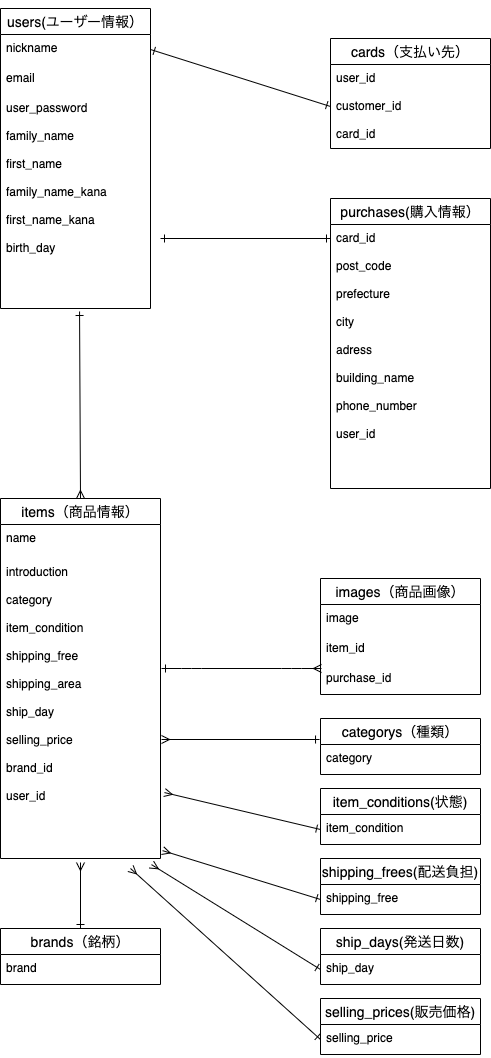
Before: test.drawio.png, a diagram exported from draw.io (noname2601/furima-35213). Source tidied: cells renumbered, new cells last; positions are measured from the earlier drawing's top-left corner, leaving out a move shared by most shapes. Source of this version:
```xml
<mxGraphModel shadow="1">
  <root>
    <mxCell id="0" />
    <mxCell id="1" parent="0" />
    <mxCell id="2" style="edgeStyle=none;rounded=0;jettySize=auto;html=1;exitX=0.5;exitY=0;exitDx=0;exitDy=0;startArrow=ERone;startFill=0;sourcePerimeterSpacing=6;endArrow=ERone;endFill=0;targetPerimeterSpacing=6;" parent="1" edge="1" source="3">
      <mxGeometry relative="1" as="geometry">
        <mxPoint x="80" y="20" as="targetPoint" />
      </mxGeometry>
    </mxCell>
    <mxCell id="3" value="users(ユーザー情報）" style="swimlane;fontStyle=0;horizontal=1;startSize=26;align=center;fontSize=14;" parent="1" vertex="1">
      <mxGeometry width="150" height="300" as="geometry" />
    </mxCell>
    <mxCell id="4" value="nickname" style="text;strokeColor=none;fillColor=none;spacingLeft=4;spacingRight=4;overflow=hidden;points=[[0,0.5],[1,0.5]];portConstraint=eastwest;fontSize=12;" parent="3" vertex="1">
      <mxGeometry y="26" width="150" height="30" as="geometry" />
    </mxCell>
    <mxCell id="5" value="email" style="text;strokeColor=none;fillColor=none;spacingLeft=4;spacingRight=4;overflow=hidden;fontSize=12;" parent="3" vertex="1">
      <mxGeometry y="56" width="150" height="30" as="geometry" />
    </mxCell>
    <mxCell id="6" value="user_password&#10;&#10;family_name&#10;&#10;first_name&#10;&#10;family_name_kana&#10;&#10;first_name_kana&#10;&#10;birth_day&#10;&#10;&#10;&#10;&#10;&#10;&#10;&#10;&#10;&#10;&#10;&#10;&#10;&#10;" style="text;strokeColor=none;fillColor=none;spacingLeft=4;spacingRight=4;overflow=hidden;points=[[0,0.5],[1,0.5]];portConstraint=eastwest;fontSize=12;" parent="3" vertex="1">
      <mxGeometry y="86" width="150" height="214" as="geometry" />
    </mxCell>
    <mxCell id="7" value="cards（支払い先）" style="swimlane;fontStyle=0;horizontal=1;startSize=26;align=center;fontSize=14;" parent="1" vertex="1">
      <mxGeometry x="330" y="30" width="160" height="110" as="geometry" />
    </mxCell>
    <mxCell id="8" value="user_id&#10;&#10;customer_id&#10;&#10;card_id&#10;&#10;" style="text;strokeColor=none;fillColor=none;spacingLeft=4;spacingRight=4;overflow=hidden;points=[[0,0.5],[1,0.5]];portConstraint=eastwest;fontSize=12;" parent="7" vertex="1">
      <mxGeometry y="26" width="160" height="84" as="geometry" />
    </mxCell>
    <mxCell id="9" value="purchases(購入情報）" style="swimlane;fontStyle=0;horizontal=1;startSize=26;align=center;fontSize=14;" parent="1" vertex="1">
      <mxGeometry x="330" y="190" width="160" height="290" as="geometry" />
    </mxCell>
    <mxCell id="10" value="card_id&#10;&#10;post_code&#10;&#10;prefecture&#10;&#10;city&#10;&#10;adress&#10;&#10;building_name&#10;&#10;phone_number&#10;&#10;user_id&#10;&#10;&#10;&#10;" style="text;strokeColor=none;fillColor=none;spacingLeft=4;spacingRight=4;overflow=hidden;fontSize=12;" parent="9" vertex="1">
      <mxGeometry y="26" width="160" height="264" as="geometry" />
    </mxCell>
    <mxCell id="11" style="edgeStyle=none;rounded=0;jettySize=auto;html=1;exitX=0.5;exitY=0;exitDx=0;exitDy=0;startArrow=ERmany;startFill=0;endArrow=ERone;endFill=0;targetPerimeterSpacing=6;sourcePerimeterSpacing=6;entryX=0.527;entryY=1.014;entryDx=0;entryDy=0;entryPerimeter=0;" parent="1" edge="1" source="12" target="6">
      <mxGeometry relative="1" as="geometry" />
    </mxCell>
    <mxCell id="12" value="items（商品情報）" style="swimlane;fontStyle=0;horizontal=1;startSize=26;align=center;fontSize=14;" parent="1" vertex="1">
      <mxGeometry y="490" width="160" height="360" as="geometry" />
    </mxCell>
    <mxCell id="13" value="name" style="text;strokeColor=none;fillColor=none;spacingLeft=4;spacingRight=4;overflow=hidden;fontSize=12;" parent="12" vertex="1">
      <mxGeometry y="26" width="160" height="334" as="geometry" />
    </mxCell>
    <mxCell id="14" style="edgeStyle=none;rounded=0;jettySize=auto;html=1;exitX=0.5;exitY=0;exitDx=0;exitDy=0;entryX=0.5;entryY=1;entryDx=0;entryDy=0;entryPerimeter=0;endArrow=ERmany;endFill=0;startArrow=ERone;startFill=0;" parent="1" edge="1" source="15" target="27">
      <mxGeometry relative="1" as="geometry" />
    </mxCell>
    <mxCell id="15" value="brands（銘柄）" style="swimlane;fontStyle=0;horizontal=1;startSize=26;align=center;fontSize=14;" parent="1" vertex="1">
      <mxGeometry y="920" width="160" height="56" as="geometry" />
    </mxCell>
    <mxCell id="16" value="brand" style="text;strokeColor=none;fillColor=none;spacingLeft=4;spacingRight=4;overflow=hidden;fontSize=12;" parent="15" vertex="1">
      <mxGeometry y="26" width="160" height="30" as="geometry" />
    </mxCell>
    <mxCell id="17" value="images（商品画像）" style="swimlane;fontStyle=0;horizontal=1;startSize=26;align=center;fontSize=14;" parent="1" vertex="1">
      <mxGeometry x="320" y="570" width="160" height="116" as="geometry" />
    </mxCell>
    <mxCell id="18" value="image" style="text;strokeColor=none;fillColor=none;spacingLeft=4;spacingRight=4;overflow=hidden;fontSize=12;" parent="17" vertex="1">
      <mxGeometry y="26" width="160" height="30" as="geometry" />
    </mxCell>
    <mxCell id="19" value="item_id" style="text;strokeColor=none;fillColor=none;spacingLeft=4;spacingRight=4;overflow=hidden;fontSize=12;" parent="17" vertex="1">
      <mxGeometry y="56" width="160" height="30" as="geometry" />
    </mxCell>
    <mxCell id="20" value="purchase_id" style="text;strokeColor=none;fillColor=none;spacingLeft=4;spacingRight=4;overflow=hidden;fontSize=12;" parent="17" vertex="1">
      <mxGeometry y="86" width="160" height="30" as="geometry" />
    </mxCell>
    <mxCell id="21" style="edgeStyle=none;rounded=0;jettySize=auto;html=1;exitX=-0.006;exitY=0.375;exitDx=0;exitDy=0;endArrow=ERmany;endFill=0;startArrow=ERone;startFill=0;exitPerimeter=0;" parent="1" edge="1" source="22">
      <mxGeometry relative="1" as="geometry">
        <mxPoint x="161" y="731" as="targetPoint" />
      </mxGeometry>
    </mxCell>
    <mxCell id="22" value="categorys（種類）" style="swimlane;fontStyle=0;horizontal=1;startSize=26;align=center;fontSize=14;" parent="1" vertex="1">
      <mxGeometry x="320" y="710" width="160" height="56" as="geometry" />
    </mxCell>
    <mxCell id="23" value="category" style="text;strokeColor=none;fillColor=none;spacingLeft=4;spacingRight=4;overflow=hidden;fontSize=12;" parent="22" vertex="1">
      <mxGeometry y="26" width="160" height="30" as="geometry" />
    </mxCell>
    <mxCell id="24" style="edgeStyle=entityRelationEdgeStyle;fontSize=12;html=1;endArrow=ERmany;startArrow=ERone;startFill=0;" parent="1" edge="1">
      <mxGeometry relative="1" as="geometry">
        <mxPoint x="161" y="660" as="sourcePoint" />
        <mxPoint x="321" y="660" as="targetPoint" />
      </mxGeometry>
    </mxCell>
    <mxCell id="25" style="edgeStyle=orthogonalEdgeStyle;rounded=0;orthogonalLoop=1;jettySize=auto;html=1;exitX=0;exitY=0.5;exitDx=0;exitDy=0;endArrow=ERone;endFill=0;startArrow=ERone;startFill=0;" parent="1" edge="1">
      <mxGeometry relative="1" as="geometry">
        <mxPoint x="330" y="230" as="sourcePoint" />
        <mxPoint x="160" y="230" as="targetPoint" />
      </mxGeometry>
    </mxCell>
    <mxCell id="26" style="edgeStyle=none;rounded=0;jettySize=auto;html=1;exitX=1;exitY=0.5;exitDx=0;exitDy=0;entryX=0;entryY=0.5;entryDx=0;entryDy=0;startArrow=ERone;startFill=0;sourcePerimeterSpacing=6;endArrow=ERone;endFill=0;targetPerimeterSpacing=6;" parent="1" edge="1" source="4" target="8">
      <mxGeometry relative="1" as="geometry" />
    </mxCell>
    <mxCell id="27" value="introduction&#10;&#10;category&#10;&#10;item_condition&#10;&#10;shipping_free&#10;&#10;shipping_area&#10;&#10;ship_day&#10;&#10;selling_price&#10;&#10;brand_id&#10;&#10;user_id" style="text;strokeColor=none;fillColor=none;spacingLeft=4;spacingRight=4;overflow=hidden;points=[[0,0.5],[1,0.5]];portConstraint=eastwest;fontSize=12;" parent="1" vertex="1">
      <mxGeometry y="550" width="160" height="304" as="geometry" />
    </mxCell>
    <mxCell id="28" value="item_conditions(状態)" style="swimlane;fontStyle=0;horizontal=1;startSize=26;align=center;fontSize=14;" parent="1" vertex="1">
      <mxGeometry x="320" y="780" width="160" height="56" as="geometry" />
    </mxCell>
    <mxCell id="29" value="item_condition" style="text;strokeColor=none;fillColor=none;spacingLeft=4;spacingRight=4;overflow=hidden;points=[[0,0.5],[1,0.5]];portConstraint=eastwest;fontSize=12;" parent="28" vertex="1">
      <mxGeometry y="26" width="160" height="30" as="geometry" />
    </mxCell>
    <mxCell id="30" value="shipping_frees(配送負担)" style="swimlane;fontStyle=0;horizontal=1;startSize=26;align=center;fontSize=14;" parent="1" vertex="1">
      <mxGeometry x="320" y="850" width="160" height="56" as="geometry" />
    </mxCell>
    <mxCell id="31" value="shipping_free" style="text;strokeColor=none;fillColor=none;spacingLeft=4;spacingRight=4;overflow=hidden;points=[[0,0.5],[1,0.5]];portConstraint=eastwest;fontSize=12;" parent="30" vertex="1">
      <mxGeometry y="26" width="160" height="30" as="geometry" />
    </mxCell>
    <mxCell id="32" value="ship_days(発送日数)" style="swimlane;fontStyle=0;horizontal=1;startSize=26;align=center;fontSize=14;" parent="1" vertex="1">
      <mxGeometry x="320" y="920" width="160" height="56" as="geometry" />
    </mxCell>
    <mxCell id="33" value="ship_day" style="text;strokeColor=none;fillColor=none;spacingLeft=4;spacingRight=4;overflow=hidden;points=[[0,0.5],[1,0.5]];portConstraint=eastwest;fontSize=12;" parent="32" vertex="1">
      <mxGeometry y="26" width="160" height="30" as="geometry" />
    </mxCell>
    <mxCell id="34" value="selling_prices(販売価格)" style="swimlane;fontStyle=0;horizontal=1;startSize=26;align=center;fontSize=14;" parent="1" vertex="1">
      <mxGeometry x="320" y="990" width="160" height="56" as="geometry" />
    </mxCell>
    <mxCell id="35" value="selling_price" style="text;strokeColor=none;fillColor=none;spacingLeft=4;spacingRight=4;overflow=hidden;points=[[0,0.5],[1,0.5]];portConstraint=eastwest;fontSize=12;" parent="34" vertex="1">
      <mxGeometry y="26" width="160" height="30" as="geometry" />
    </mxCell>
    <mxCell id="36" style="edgeStyle=none;rounded=0;jettySize=auto;html=1;exitX=0;exitY=0.5;exitDx=0;exitDy=0;entryX=1.025;entryY=0.77;entryDx=0;entryDy=0;entryPerimeter=0;startArrow=ERone;startFill=0;sourcePerimeterSpacing=6;endArrow=ERmany;endFill=0;targetPerimeterSpacing=6;" parent="1" edge="1" source="29" target="27">
      <mxGeometry relative="1" as="geometry" />
    </mxCell>
    <mxCell id="37" style="edgeStyle=none;rounded=0;jettySize=auto;html=1;exitX=0;exitY=0.5;exitDx=0;exitDy=0;entryX=1.013;entryY=0.961;entryDx=0;entryDy=0;entryPerimeter=0;startArrow=ERone;startFill=0;sourcePerimeterSpacing=6;endArrow=ERmany;endFill=0;targetPerimeterSpacing=6;" parent="1" edge="1" source="31" target="27">
      <mxGeometry relative="1" as="geometry" />
    </mxCell>
    <mxCell id="38" style="edgeStyle=none;rounded=0;jettySize=auto;html=1;exitX=0;exitY=0.5;exitDx=0;exitDy=0;entryX=0.944;entryY=1.007;entryDx=0;entryDy=0;entryPerimeter=0;startArrow=ERone;startFill=0;sourcePerimeterSpacing=6;endArrow=ERmany;endFill=0;targetPerimeterSpacing=6;" parent="1" edge="1" source="33" target="27">
      <mxGeometry relative="1" as="geometry" />
    </mxCell>
    <mxCell id="39" style="edgeStyle=none;rounded=0;jettySize=auto;html=1;exitX=0;exitY=0.5;exitDx=0;exitDy=0;startArrow=ERone;startFill=0;sourcePerimeterSpacing=6;endArrow=ERmany;endFill=0;targetPerimeterSpacing=6;" parent="1" edge="1" source="35">
      <mxGeometry relative="1" as="geometry">
        <mxPoint x="130" y="860" as="targetPoint" />
      </mxGeometry>
    </mxCell>
  </root>
</mxGraphModel>
```
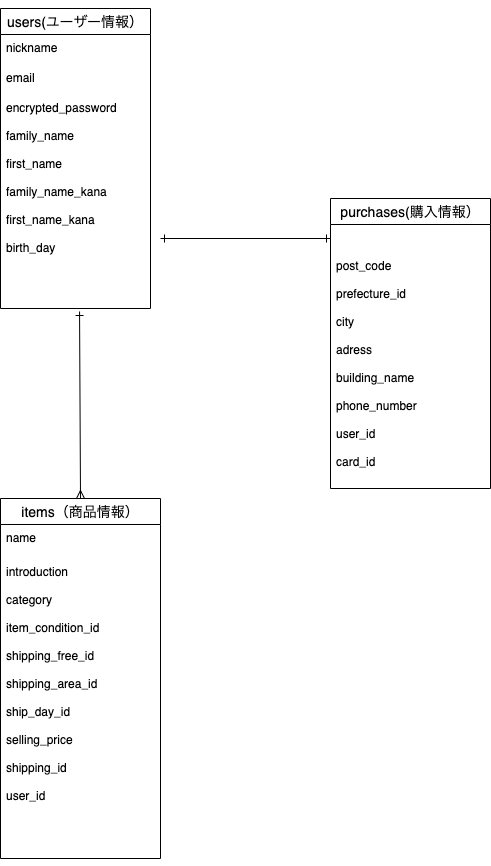
The same diagram one commit later.

Diff of the diagram source:
```diff
@@ -16,19 +16,13 @@
     <mxCell id="5" value="email" style="text;strokeColor=none;fillColor=none;spacingLeft=4;spacingRight=4;overflow=hidden;fontSize=12;" parent="3" vertex="1">
       <mxGeometry y="56" width="150" height="30" as="geometry" />
     </mxCell>
-    <mxCell id="6" value="user_password&#10;&#10;family_name&#10;&#10;first_name&#10;&#10;family_name_kana&#10;&#10;first_name_kana&#10;&#10;birth_day&#10;&#10;&#10;&#10;&#10;&#10;&#10;&#10;&#10;&#10;&#10;&#10;&#10;&#10;" style="text;strokeColor=none;fillColor=none;spacingLeft=4;spacingRight=4;overflow=hidden;points=[[0,0.5],[1,0.5]];portConstraint=eastwest;fontSize=12;" parent="3" vertex="1">
+    <mxCell id="6" value="encrypted_password&#10;&#10;family_name&#10;&#10;first_name&#10;&#10;family_name_kana&#10;&#10;first_name_kana&#10;&#10;birth_day&#10;&#10;&#10;&#10;&#10;&#10;&#10;&#10;&#10;&#10;&#10;&#10;&#10;&#10;" style="text;strokeColor=none;fillColor=none;spacingLeft=4;spacingRight=4;overflow=hidden;points=[[0,0.5],[1,0.5]];portConstraint=eastwest;fontSize=12;" parent="3" vertex="1">
       <mxGeometry y="86" width="150" height="214" as="geometry" />
     </mxCell>
-    <mxCell id="7" value="cards（支払い先）" style="swimlane;fontStyle=0;horizontal=1;startSize=26;align=center;fontSize=14;" parent="1" vertex="1">
-      <mxGeometry x="330" y="30" width="160" height="110" as="geometry" />
-    </mxCell>
-    <mxCell id="8" value="user_id&#10;&#10;customer_id&#10;&#10;card_id&#10;&#10;" style="text;strokeColor=none;fillColor=none;spacingLeft=4;spacingRight=4;overflow=hidden;points=[[0,0.5],[1,0.5]];portConstraint=eastwest;fontSize=12;" parent="7" vertex="1">
-      <mxGeometry y="26" width="160" height="84" as="geometry" />
-    </mxCell>
     <mxCell id="9" value="purchases(購入情報）" style="swimlane;fontStyle=0;horizontal=1;startSize=26;align=center;fontSize=14;" parent="1" vertex="1">
       <mxGeometry x="330" y="190" width="160" height="290" as="geometry" />
     </mxCell>
-    <mxCell id="10" value="card_id&#10;&#10;post_code&#10;&#10;prefecture&#10;&#10;city&#10;&#10;adress&#10;&#10;building_name&#10;&#10;phone_number&#10;&#10;user_id&#10;&#10;&#10;&#10;" style="text;strokeColor=none;fillColor=none;spacingLeft=4;spacingRight=4;overflow=hidden;fontSize=12;" parent="9" vertex="1">
+    <mxCell id="10" value="&#10;&#10;post_code&#10;&#10;prefecture_id&#10;&#10;city&#10;&#10;adress&#10;&#10;building_name&#10;&#10;phone_number&#10;&#10;user_id&#10;&#10;card_id&#10;&#10;&#10;&#10;" style="text;strokeColor=none;fillColor=none;spacingLeft=4;spacingRight=4;overflow=hidden;fontSize=12;" parent="9" vertex="1">
       <mxGeometry y="26" width="160" height="264" as="geometry" />
     </mxCell>
     <mxCell id="11" style="edgeStyle=none;rounded=0;jettySize=auto;html=1;exitX=0.5;exitY=0;exitDx=0;exitDy=0;startArrow=ERmany;startFill=0;endArrow=ERone;endFill=0;targetPerimeterSpacing=6;sourcePerimeterSpacing=6;entryX=0.527;entryY=1.014;entryDx=0;entryDy=0;entryPerimeter=0;" parent="1" edge="1" source="12" target="6">
@@ -40,93 +34,14 @@
     <mxCell id="13" value="name" style="text;strokeColor=none;fillColor=none;spacingLeft=4;spacingRight=4;overflow=hidden;fontSize=12;" parent="12" vertex="1">
       <mxGeometry y="26" width="160" height="334" as="geometry" />
     </mxCell>
-    <mxCell id="14" style="edgeStyle=none;rounded=0;jettySize=auto;html=1;exitX=0.5;exitY=0;exitDx=0;exitDy=0;entryX=0.5;entryY=1;entryDx=0;entryDy=0;entryPerimeter=0;endArrow=ERmany;endFill=0;startArrow=ERone;startFill=0;" parent="1" edge="1" source="15" target="27">
-      <mxGeometry relative="1" as="geometry" />
-    </mxCell>
-    <mxCell id="15" value="brands（銘柄）" style="swimlane;fontStyle=0;horizontal=1;startSize=26;align=center;fontSize=14;" parent="1" vertex="1">
-      <mxGeometry y="920" width="160" height="56" as="geometry" />
-    </mxCell>
-    <mxCell id="16" value="brand" style="text;strokeColor=none;fillColor=none;spacingLeft=4;spacingRight=4;overflow=hidden;fontSize=12;" parent="15" vertex="1">
-      <mxGeometry y="26" width="160" height="30" as="geometry" />
-    </mxCell>
-    <mxCell id="17" value="images（商品画像）" style="swimlane;fontStyle=0;horizontal=1;startSize=26;align=center;fontSize=14;" parent="1" vertex="1">
-      <mxGeometry x="320" y="570" width="160" height="116" as="geometry" />
-    </mxCell>
-    <mxCell id="18" value="image" style="text;strokeColor=none;fillColor=none;spacingLeft=4;spacingRight=4;overflow=hidden;fontSize=12;" parent="17" vertex="1">
-      <mxGeometry y="26" width="160" height="30" as="geometry" />
-    </mxCell>
-    <mxCell id="19" value="item_id" style="text;strokeColor=none;fillColor=none;spacingLeft=4;spacingRight=4;overflow=hidden;fontSize=12;" parent="17" vertex="1">
-      <mxGeometry y="56" width="160" height="30" as="geometry" />
-    </mxCell>
-    <mxCell id="20" value="purchase_id" style="text;strokeColor=none;fillColor=none;spacingLeft=4;spacingRight=4;overflow=hidden;fontSize=12;" parent="17" vertex="1">
-      <mxGeometry y="86" width="160" height="30" as="geometry" />
-    </mxCell>
-    <mxCell id="21" style="edgeStyle=none;rounded=0;jettySize=auto;html=1;exitX=-0.006;exitY=0.375;exitDx=0;exitDy=0;endArrow=ERmany;endFill=0;startArrow=ERone;startFill=0;exitPerimeter=0;" parent="1" edge="1" source="22">
-      <mxGeometry relative="1" as="geometry">
-        <mxPoint x="161" y="731" as="targetPoint" />
-      </mxGeometry>
-    </mxCell>
-    <mxCell id="22" value="categorys（種類）" style="swimlane;fontStyle=0;horizontal=1;startSize=26;align=center;fontSize=14;" parent="1" vertex="1">
-      <mxGeometry x="320" y="710" width="160" height="56" as="geometry" />
-    </mxCell>
-    <mxCell id="23" value="category" style="text;strokeColor=none;fillColor=none;spacingLeft=4;spacingRight=4;overflow=hidden;fontSize=12;" parent="22" vertex="1">
-      <mxGeometry y="26" width="160" height="30" as="geometry" />
-    </mxCell>
-    <mxCell id="24" style="edgeStyle=entityRelationEdgeStyle;fontSize=12;html=1;endArrow=ERmany;startArrow=ERone;startFill=0;" parent="1" edge="1">
-      <mxGeometry relative="1" as="geometry">
-        <mxPoint x="161" y="660" as="sourcePoint" />
-        <mxPoint x="321" y="660" as="targetPoint" />
-      </mxGeometry>
-    </mxCell>
     <mxCell id="25" style="edgeStyle=orthogonalEdgeStyle;rounded=0;orthogonalLoop=1;jettySize=auto;html=1;exitX=0;exitY=0.5;exitDx=0;exitDy=0;endArrow=ERone;endFill=0;startArrow=ERone;startFill=0;" parent="1" edge="1">
       <mxGeometry relative="1" as="geometry">
         <mxPoint x="330" y="230" as="sourcePoint" />
         <mxPoint x="160" y="230" as="targetPoint" />
       </mxGeometry>
     </mxCell>
-    <mxCell id="26" style="edgeStyle=none;rounded=0;jettySize=auto;html=1;exitX=1;exitY=0.5;exitDx=0;exitDy=0;entryX=0;entryY=0.5;entryDx=0;entryDy=0;startArrow=ERone;startFill=0;sourcePerimeterSpacing=6;endArrow=ERone;endFill=0;targetPerimeterSpacing=6;" parent="1" edge="1" source="4" target="8">
-      <mxGeometry relative="1" as="geometry" />
-    </mxCell>
-    <mxCell id="27" value="introduction&#10;&#10;category&#10;&#10;item_condition&#10;&#10;shipping_free&#10;&#10;shipping_area&#10;&#10;ship_day&#10;&#10;selling_price&#10;&#10;brand_id&#10;&#10;user_id" style="text;strokeColor=none;fillColor=none;spacingLeft=4;spacingRight=4;overflow=hidden;points=[[0,0.5],[1,0.5]];portConstraint=eastwest;fontSize=12;" parent="1" vertex="1">
+    <mxCell id="27" value="introduction&#10;&#10;category&#10;&#10;item_condition_id&#10;&#10;shipping_free_id&#10;&#10;shipping_area_id&#10;&#10;ship_day_id&#10;&#10;selling_price&#10;&#10;shipping_id&#10;&#10;user_id" style="text;strokeColor=none;fillColor=none;spacingLeft=4;spacingRight=4;overflow=hidden;points=[[0,0.5],[1,0.5]];portConstraint=eastwest;fontSize=12;" parent="1" vertex="1">
       <mxGeometry y="550" width="160" height="304" as="geometry" />
     </mxCell>
-    <mxCell id="28" value="item_conditions(状態)" style="swimlane;fontStyle=0;horizontal=1;startSize=26;align=center;fontSize=14;" parent="1" vertex="1">
-      <mxGeometry x="320" y="780" width="160" height="56" as="geometry" />
-    </mxCell>
-    <mxCell id="29" value="item_condition" style="text;strokeColor=none;fillColor=none;spacingLeft=4;spacingRight=4;overflow=hidden;points=[[0,0.5],[1,0.5]];portConstraint=eastwest;fontSize=12;" parent="28" vertex="1">
-      <mxGeometry y="26" width="160" height="30" as="geometry" />
-    </mxCell>
-    <mxCell id="30" value="shipping_frees(配送負担)" style="swimlane;fontStyle=0;horizontal=1;startSize=26;align=center;fontSize=14;" parent="1" vertex="1">
-      <mxGeometry x="320" y="850" width="160" height="56" as="geometry" />
-    </mxCell>
-    <mxCell id="31" value="shipping_free" style="text;strokeColor=none;fillColor=none;spacingLeft=4;spacingRight=4;overflow=hidden;points=[[0,0.5],[1,0.5]];portConstraint=eastwest;fontSize=12;" parent="30" vertex="1">
-      <mxGeometry y="26" width="160" height="30" as="geometry" />
-    </mxCell>
-    <mxCell id="32" value="ship_days(発送日数)" style="swimlane;fontStyle=0;horizontal=1;startSize=26;align=center;fontSize=14;" parent="1" vertex="1">
-      <mxGeometry x="320" y="920" width="160" height="56" as="geometry" />
-    </mxCell>
-    <mxCell id="33" value="ship_day" style="text;strokeColor=none;fillColor=none;spacingLeft=4;spacingRight=4;overflow=hidden;points=[[0,0.5],[1,0.5]];portConstraint=eastwest;fontSize=12;" parent="32" vertex="1">
-      <mxGeometry y="26" width="160" height="30" as="geometry" />
-    </mxCell>
-    <mxCell id="34" value="selling_prices(販売価格)" style="swimlane;fontStyle=0;horizontal=1;startSize=26;align=center;fontSize=14;" parent="1" vertex="1">
-      <mxGeometry x="320" y="990" width="160" height="56" as="geometry" />
-    </mxCell>
-    <mxCell id="35" value="selling_price" style="text;strokeColor=none;fillColor=none;spacingLeft=4;spacingRight=4;overflow=hidden;points=[[0,0.5],[1,0.5]];portConstraint=eastwest;fontSize=12;" parent="34" vertex="1">
-      <mxGeometry y="26" width="160" height="30" as="geometry" />
-    </mxCell>
-    <mxCell id="36" style="edgeStyle=none;rounded=0;jettySize=auto;html=1;exitX=0;exitY=0.5;exitDx=0;exitDy=0;entryX=1.025;entryY=0.77;entryDx=0;entryDy=0;entryPerimeter=0;startArrow=ERone;startFill=0;sourcePerimeterSpacing=6;endArrow=ERmany;endFill=0;targetPerimeterSpacing=6;" parent="1" edge="1" source="29" target="27">
-      <mxGeometry relative="1" as="geometry" />
-    </mxCell>
-    <mxCell id="37" style="edgeStyle=none;rounded=0;jettySize=auto;html=1;exitX=0;exitY=0.5;exitDx=0;exitDy=0;entryX=1.013;entryY=0.961;entryDx=0;entryDy=0;entryPerimeter=0;startArrow=ERone;startFill=0;sourcePerimeterSpacing=6;endArrow=ERmany;endFill=0;targetPerimeterSpacing=6;" parent="1" edge="1" source="31" target="27">
-      <mxGeometry relative="1" as="geometry" />
-    </mxCell>
-    <mxCell id="38" style="edgeStyle=none;rounded=0;jettySize=auto;html=1;exitX=0;exitY=0.5;exitDx=0;exitDy=0;entryX=0.944;entryY=1.007;entryDx=0;entryDy=0;entryPerimeter=0;startArrow=ERone;startFill=0;sourcePerimeterSpacing=6;endArrow=ERmany;endFill=0;targetPerimeterSpacing=6;" parent="1" edge="1" source="33" target="27">
-      <mxGeometry relative="1" as="geometry" />
-    </mxCell>
-    <mxCell id="39" style="edgeStyle=none;rounded=0;jettySize=auto;html=1;exitX=0;exitY=0.5;exitDx=0;exitDy=0;startArrow=ERone;startFill=0;sourcePerimeterSpacing=6;endArrow=ERmany;endFill=0;targetPerimeterSpacing=6;" parent="1" edge="1" source="35">
-      <mxGeometry relative="1" as="geometry">
-        <mxPoint x="130" y="860" as="targetPoint" />
-      </mxGeometry>
-    </mxCell>
   </root>
 </mxGraphModel>
```
